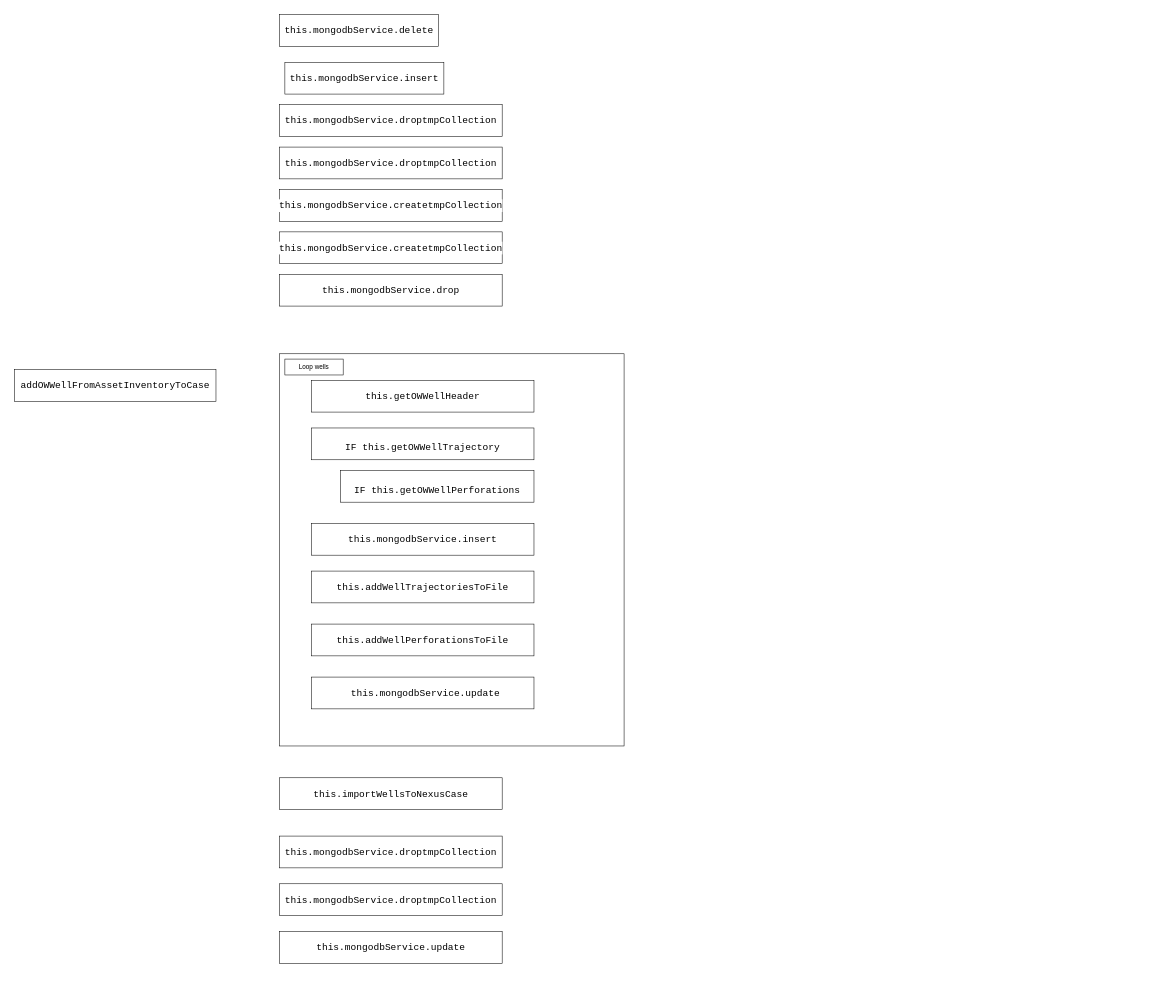
Above: performance_web-service.drawio in crazy-architect/draw-io-repo (draw.io), before the change. Source tidied: cells renumbered, new cells numbered last; positions are measured from the earlier drawing's top-left corner, leaving out a move shared by most shapes. Both pictures are drawn from the tidied source at 53%, with x=0, y=0 at pixel (14, 14).
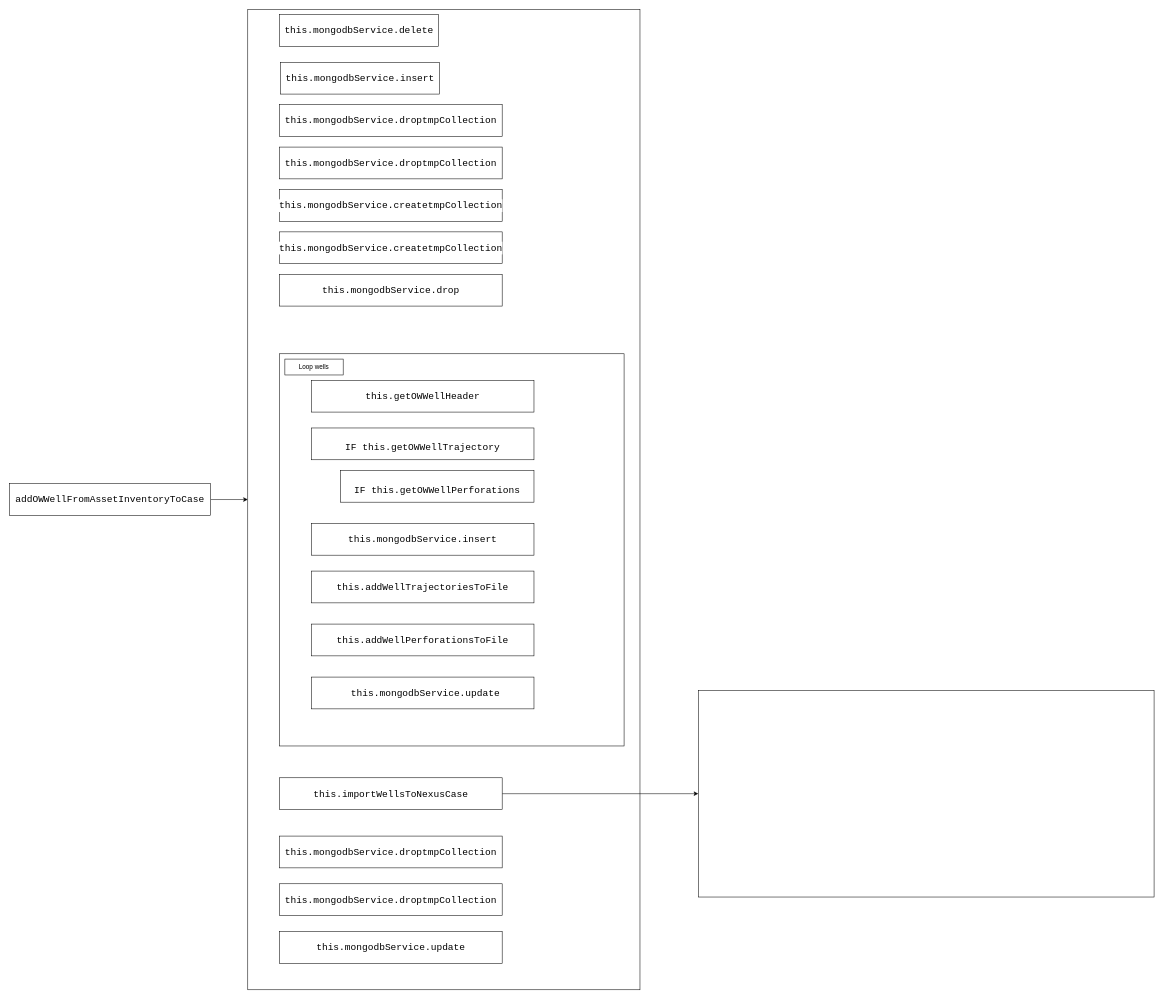
After the change.

Unchanged cells that the change refers to:
```xml
<mxCell id="19" value="&lt;div style=&quot;background-color: rgb(255, 255, 255); font-family: Consolas, &amp;quot;Courier New&amp;quot;, monospace; font-size: 18px; line-height: 24px;&quot;&gt;&lt;div style=&quot;line-height: 24px;&quot;&gt;this.importWellsToNexusCase&lt;/div&gt;&lt;/div&gt;" style="rounded=0;whiteSpace=wrap;html=1;" parent="1" vertex="1">
  <mxGeometry x="500" y="1440" width="420" height="60" as="geometry" />
</mxCell>
```

The edit, as a diff of the source:
```diff
@@
+    <mxCell id="23" style="rounded=0;whiteSpace=wrap;html=1;" parent="1" vertex="1">
+      <mxGeometry x="440" y="-10" width="740" height="1850" as="geometry" />
+    </mxCell>
+    <mxCell id="24" style="edgeStyle=orthogonalEdgeStyle;rounded=0;jettySize=auto;html=1;exitX=1;exitY=0.5;exitDx=0;exitDy=0;entryX=0;entryY=0.5;entryDx=0;entryDy=0;" parent="1" edge="1" source="2" target="23">
+      <mxGeometry relative="1" as="geometry" />
+    </mxCell>
     <mxCell id="2" value="&lt;div style=&quot;background-color: rgb(255, 255, 255); font-family: Consolas, &amp;quot;Courier New&amp;quot;, monospace; font-size: 18px; line-height: 24px;&quot;&gt;addOWWellFromAssetInventoryToCase&lt;/div&gt;" style="rounded=0;whiteSpace=wrap;html=1;" parent="1" vertex="1">
-      <mxGeometry y="670" width="380" height="60" as="geometry" />
+      <mxGeometry x="-10" y="885" width="380" height="60" as="geometry" />
     </mxCell>
@@
     <mxCell id="10" value="&lt;div style=&quot;background-color: rgb(255, 255, 255); font-family: Consolas, &amp;quot;Courier New&amp;quot;, monospace; font-size: 18px; line-height: 24px;&quot;&gt;this.mongodbService.insert&lt;/div&gt;" style="rounded=0;whiteSpace=wrap;html=1;" parent="1" vertex="1">
-      <mxGeometry x="510" y="90" width="300" height="60" as="geometry" />
+      <mxGeometry x="502" y="90" width="300" height="60" as="geometry" />
     </mxCell>
@@
+    <mxCell id="25" style="edgeStyle=orthogonalEdgeStyle;rounded=0;jettySize=auto;html=1;exitX=1;exitY=0.5;exitDx=0;exitDy=0;entryX=0;entryY=0.5;entryDx=0;entryDy=0;" parent="1" edge="1" source="19" target="26">
+      <mxGeometry relative="1" as="geometry" />
+    </mxCell>
@@
+    <mxCell id="26" style="rounded=0;whiteSpace=wrap;html=1;" parent="1" vertex="1">
+      <mxGeometry x="1290" y="1275" width="860" height="390" as="geometry" />
+    </mxCell>
```
